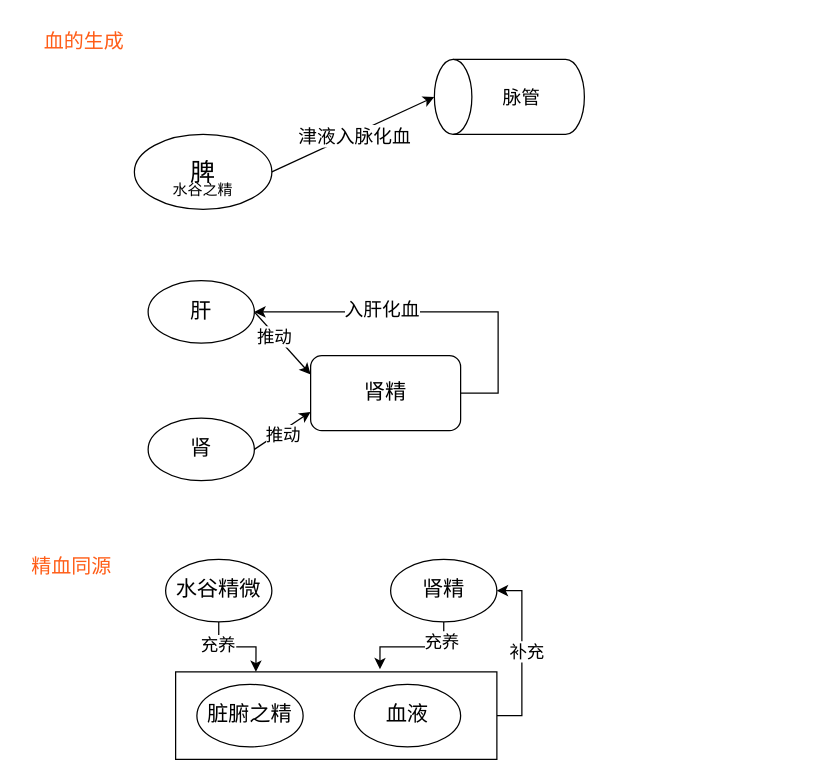
Earlier version of the draw.io diagram 医门推敲叁/精气血津液神/精气血津液神之间的关系/精与知的关系.drawio (328507133/chart). Source tidied: cells renumbered, new cells numbered last; positions are measured from the earlier drawing's top-left corner, leaving out a move shared by most shapes. Both pictures are drawn from the tidied source at 125%, with x=0, y=0 at pixel (21, 21).
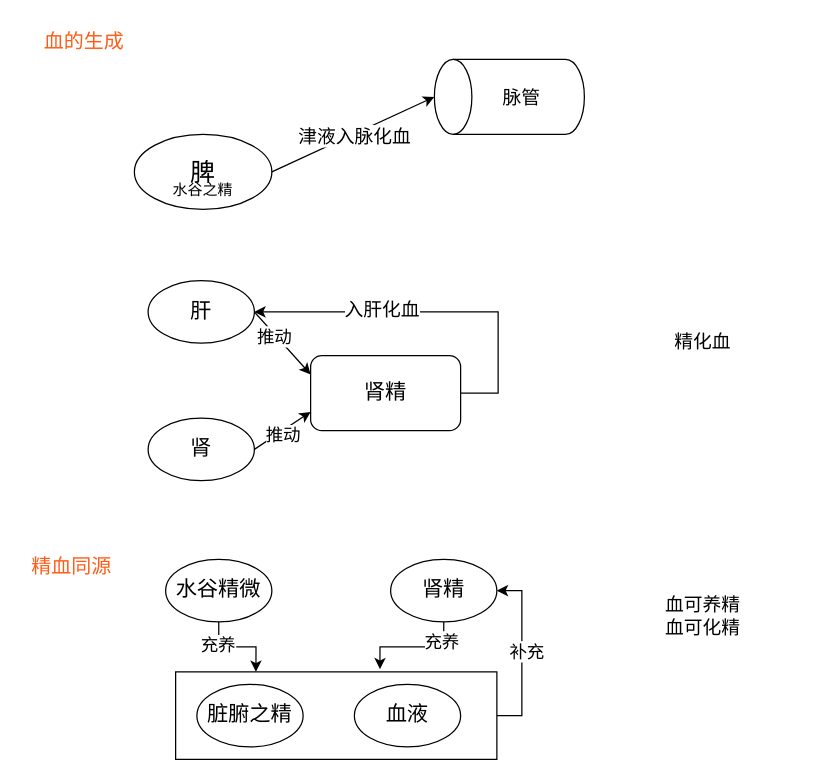
Above is the later version.

Commit message (it also covers changes not shown here):
更新精与知的关系.drawio

The edit, as a diff of the source:
```diff
@@
+    <mxCell id="30" value="血可养精&lt;br&gt;血可化精" style="text;html=1;strokeColor=none;fillColor=none;align=center;verticalAlign=middle;whiteSpace=wrap;rounded=0;fontSize=15;" parent="1" vertex="1">
+      <mxGeometry x="460" y="450" width="170" height="50" as="geometry" />
+    </mxCell>
+    <mxCell id="31" value="精化血" style="text;html=1;strokeColor=none;fillColor=none;align=center;verticalAlign=middle;whiteSpace=wrap;rounded=0;fontSize=15;" parent="1" vertex="1">
+      <mxGeometry x="460" y="230" width="170" height="50" as="geometry" />
+    </mxCell>
```
